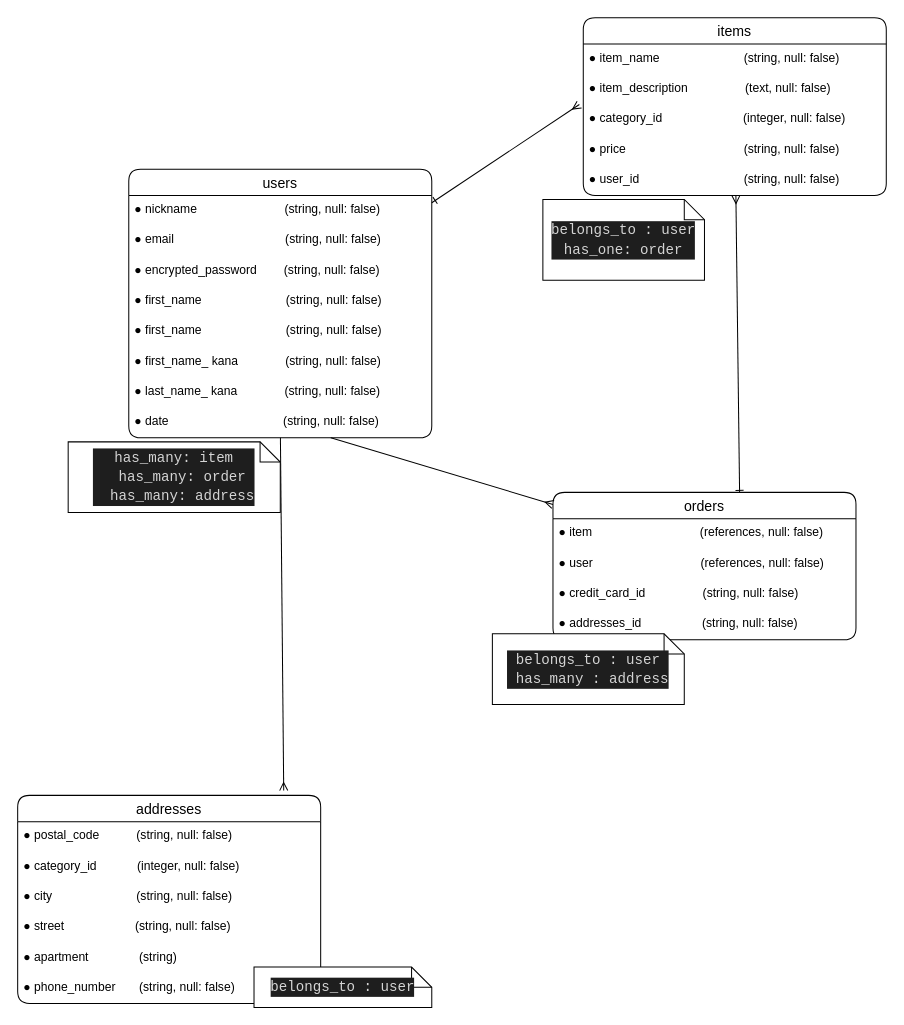
Before: page "ER DIAGRAM" (1 of 2) of test.dio in rarapurpose/furima-39176, a draw.io diagram. Source tidied: cells renumbered, new cells numbered last; positions are measured from the earlier drawing's top-left corner, leaving out a move shared by most shapes. Both pictures are drawn from the tidied source at 101%, with x=0, y=0 at pixel (17, 17).
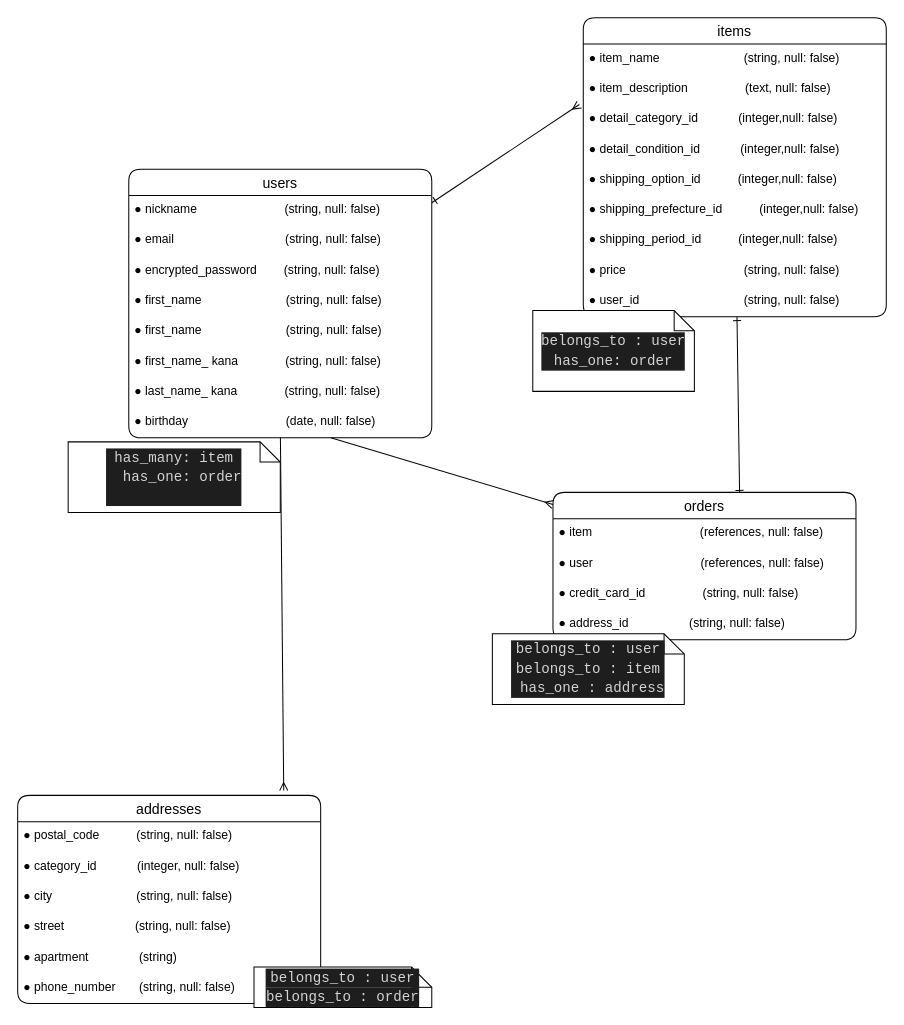
The same page after the edit.

Unchanged cells that the change refers to:
```xml
<mxCell id="3" value="users" style="swimlane;fontStyle=0;horizontal=1;startSize=26;align=center;fontSize=14;rounded=1;strokeColor=default;" parent="1" vertex="1">
  <mxGeometry x="110" y="150" width="300" height="266" as="geometry" />
</mxCell>
<mxCell id="27" value="orders" style="swimlane;fontStyle=0;horizontal=1;startSize=26;align=center;fontSize=14;rounded=1;" parent="1" vertex="1">
  <mxGeometry x="530" y="470" width="300" height="146" as="geometry" />
</mxCell>
```

Diff of the diagram source:
```diff
@@
-    <mxCell id="11" value="● date                                  (string, null: false)" style="text;strokeColor=none;fillColor=none;spacingLeft=4;spacingRight=4;overflow=hidden;points=[[0,0.5],[1,0.5]];portConstraint=eastwest;fontSize=12;rounded=1;" parent="3" vertex="1">
+    <mxCell id="11" value="● birthday                             (date, null: false)" style="text;strokeColor=none;fillColor=none;spacingLeft=4;spacingRight=4;overflow=hidden;points=[[0,0.5],[1,0.5]];portConstraint=eastwest;fontSize=12;rounded=1;" parent="3" vertex="1">
       <mxGeometry y="236" width="300" height="30" as="geometry" />
     </mxCell>
-    <mxCell id="12" style="edgeStyle=none;html=1;entryX=0.616;entryY=0.014;entryDx=0;entryDy=0;entryPerimeter=0;endArrow=ERone;endFill=0;startArrow=ERmany;startFill=0;" parent="1" edge="1" source="13" target="27">
+    <mxCell id="12" style="edgeStyle=none;html=1;entryX=0.616;entryY=0.014;entryDx=0;entryDy=0;entryPerimeter=0;endArrow=ERone;endFill=0;startArrow=ERone;startFill=0;" parent="1" edge="1" source="13" target="27">
       <mxGeometry relative="1" as="geometry" />
     </mxCell>
     <mxCell id="13" value="items" style="swimlane;fontStyle=0;horizontal=1;startSize=26;align=center;fontSize=14;rounded=1;" parent="1" vertex="1">
-      <mxGeometry x="560" width="300" height="176" as="geometry" />
+      <mxGeometry x="560" width="300" height="296" as="geometry" />
     </mxCell>
@@
-    <mxCell id="16" value="● category_id                        (integer, null: false)" style="text;strokeColor=none;fillColor=none;spacingLeft=4;spacingRight=4;overflow=hidden;fontSize=12;rounded=1;" parent="13" vertex="1">
-      <mxGeometry y="86" width="300" height="30" as="geometry" />
-    </mxCell>
+    <mxCell id="37" value="● detail_category_id            (integer,null: false)" style="text;strokeColor=none;fillColor=none;spacingLeft=4;spacingRight=4;overflow=hidden;fontSize=12;" parent="13" vertex="1">
+      <mxGeometry y="86" width="300" height="30" as="geometry" />
+    </mxCell>
+    <mxCell id="38" value="● detail_condition_id            (integer,null: false)" style="text;strokeColor=none;fillColor=none;spacingLeft=4;spacingRight=4;overflow=hidden;fontSize=12;" parent="13" vertex="1">
+      <mxGeometry y="116" width="300" height="30" as="geometry" />
+    </mxCell>
+    <mxCell id="39" value="● shipping_option_id           (integer,null: false)" style="text;strokeColor=none;fillColor=none;spacingLeft=4;spacingRight=4;overflow=hidden;fontSize=12;" parent="13" vertex="1">
+      <mxGeometry y="146" width="300" height="30" as="geometry" />
+    </mxCell>
+    <mxCell id="40" value="● shipping_prefecture_id           (integer,null: false)" style="text;strokeColor=none;fillColor=none;spacingLeft=4;spacingRight=4;overflow=hidden;fontSize=12;" parent="13" vertex="1">
+      <mxGeometry y="176" width="300" height="30" as="geometry" />
+    </mxCell>
+    <mxCell id="41" value="● shipping_period_id           (integer,null: false)" style="text;strokeColor=none;fillColor=none;spacingLeft=4;spacingRight=4;overflow=hidden;fontSize=12;" parent="13" vertex="1">
+      <mxGeometry y="206" width="300" height="30" as="geometry" />
+    </mxCell>
     <mxCell id="17" value="● price                                   (string, null: false)" style="text;strokeColor=none;fillColor=none;spacingLeft=4;spacingRight=4;overflow=hidden;fontSize=12;rounded=1;" parent="13" vertex="1">
-      <mxGeometry y="116" width="300" height="30" as="geometry" />
+      <mxGeometry y="236" width="300" height="30" as="geometry" />
     </mxCell>
     <mxCell id="18" value="● user_id                               (string, null: false)" style="text;strokeColor=none;fillColor=none;spacingLeft=4;spacingRight=4;overflow=hidden;fontSize=12;" parent="13" vertex="1">
-      <mxGeometry y="146" width="300" height="30" as="geometry" />
+      <mxGeometry y="266" width="300" height="30" as="geometry" />
     </mxCell>
@@
-    <mxCell id="31" value="● addresses_id                  (string, null: false)" style="text;strokeColor=none;fillColor=none;spacingLeft=4;spacingRight=4;overflow=hidden;fontSize=12;" parent="27" vertex="1">
+    <mxCell id="31" value="● address_id                  (string, null: false)" style="text;strokeColor=none;fillColor=none;spacingLeft=4;spacingRight=4;overflow=hidden;fontSize=12;" parent="27" vertex="1">
       <mxGeometry y="116" width="300" height="30" as="geometry" />
     </mxCell>
@@
-    <mxCell id="33" value="&lt;div style=&quot;color: rgb(212, 212, 212); background-color: rgb(30, 30, 30); font-family: Consolas, &amp;quot;Courier New&amp;quot;, monospace; font-size: 14px; line-height: 19px;&quot;&gt;belongs_to : user&lt;/div&gt;" style="shape=note;size=20;whiteSpace=wrap;html=1;" parent="1" vertex="1">
+    <mxCell id="33" value="&lt;div style=&quot;color: rgb(212, 212, 212); background-color: rgb(30, 30, 30); font-family: Consolas, &amp;quot;Courier New&amp;quot;, monospace; font-size: 14px; line-height: 19px;&quot;&gt;belongs_to : user&lt;/div&gt;&lt;div style=&quot;color: rgb(212, 212, 212); background-color: rgb(30, 30, 30); font-family: Consolas, &amp;quot;Courier New&amp;quot;, monospace; font-size: 14px; line-height: 19px;&quot;&gt;&lt;div style=&quot;line-height: 19px;&quot;&gt;belongs_to : order &lt;/div&gt;&lt;/div&gt;" style="shape=note;size=20;whiteSpace=wrap;html=1;" parent="1" vertex="1">
       <mxGeometry x="234" y="940" width="176" height="40" as="geometry" />
     </mxCell>
-    <mxCell id="34" value="&lt;div style=&quot;color: rgb(212, 212, 212); background-color: rgb(30, 30, 30); font-family: Consolas, &amp;quot;Courier New&amp;quot;, monospace; font-size: 14px; line-height: 19px;&quot;&gt;&lt;div&gt;has_many: item&lt;/div&gt;&lt;div&gt;&amp;nbsp;&amp;nbsp;has_many: order&lt;/div&gt;&lt;div&gt;&amp;nbsp;&amp;nbsp;has_many: address&lt;/div&gt;&lt;/div&gt;" style="shape=note;size=20;whiteSpace=wrap;html=1;" parent="1" vertex="1">
+    <mxCell id="34" value="&lt;div style=&quot;color: rgb(212, 212, 212); background-color: rgb(30, 30, 30); font-family: Consolas, &amp;quot;Courier New&amp;quot;, monospace; font-size: 14px; line-height: 19px;&quot;&gt;&lt;div&gt;has_many: item&lt;/div&gt;&lt;div&gt;&amp;nbsp;&amp;nbsp;has_one: order&lt;/div&gt;&lt;div&gt;&amp;nbsp;&lt;/div&gt;&lt;/div&gt;" style="shape=note;size=20;whiteSpace=wrap;html=1;" parent="1" vertex="1">
       <mxGeometry x="50" y="420" width="210" height="70" as="geometry" />
     </mxCell>
-    <mxCell id="35" value="&lt;div style=&quot;color: rgb(212, 212, 212); background-color: rgb(30, 30, 30); font-family: Consolas, &amp;quot;Courier New&amp;quot;, monospace; font-size: 14px; line-height: 19px;&quot;&gt;&lt;div&gt;belongs_to : user&lt;/div&gt;&lt;div&gt;&amp;nbsp;has_many : address&lt;/div&gt;&lt;/div&gt;" style="shape=note;size=20;whiteSpace=wrap;html=1;" parent="1" vertex="1">
+    <mxCell id="35" value="&lt;div style=&quot;color: rgb(212, 212, 212); background-color: rgb(30, 30, 30); font-family: Consolas, &amp;quot;Courier New&amp;quot;, monospace; font-size: 14px; line-height: 19px;&quot;&gt;&lt;div&gt;belongs_to : user&lt;/div&gt;&lt;div&gt;belongs_to : item&lt;br&gt;&lt;/div&gt;&lt;div&gt;&amp;nbsp;has_one : address&lt;/div&gt;&lt;/div&gt;" style="shape=note;size=20;whiteSpace=wrap;html=1;" parent="1" vertex="1">
       <mxGeometry x="470" y="610" width="190" height="70" as="geometry" />
     </mxCell>
     <mxCell id="36" value="&lt;div style=&quot;color: rgb(212, 212, 212); background-color: rgb(30, 30, 30); font-family: Consolas, &amp;quot;Courier New&amp;quot;, monospace; font-size: 14px; line-height: 19px;&quot;&gt;&lt;div&gt;belongs_to : user&lt;/div&gt;&lt;div&gt;has_one: order&lt;/div&gt;&lt;/div&gt;" style="shape=note;size=20;whiteSpace=wrap;html=1;" parent="1" vertex="1">
-      <mxGeometry x="520" y="180" width="160" height="80" as="geometry" />
+      <mxGeometry x="510" y="290" width="160" height="80" as="geometry" />
     </mxCell>
```
